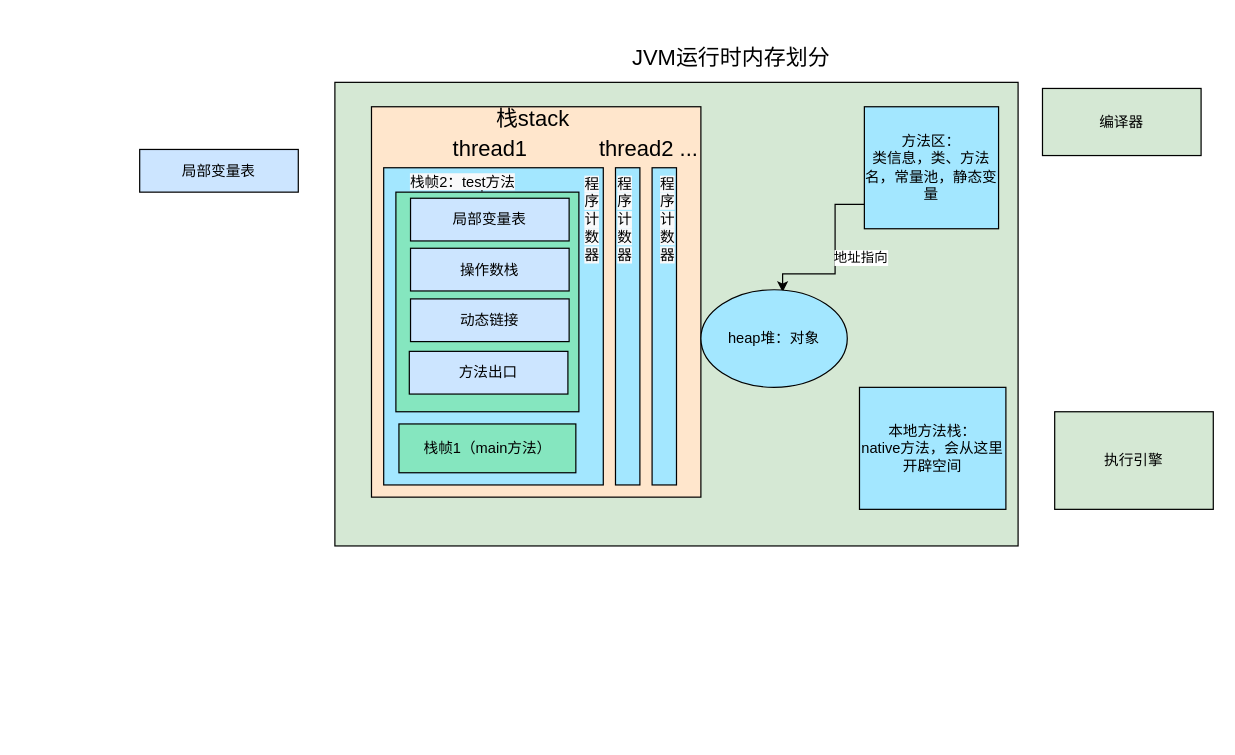
Above: JVM基础.drawio in pikefeier/diagrams (draw.io), before the change. Source tidied: cells renumbered, new cells numbered last; positions are measured from the earlier drawing's top-left corner, leaving out a move shared by most shapes. Both pictures are drawn from the tidied source at 122%, with x=0, y=0 at pixel (139, 33).
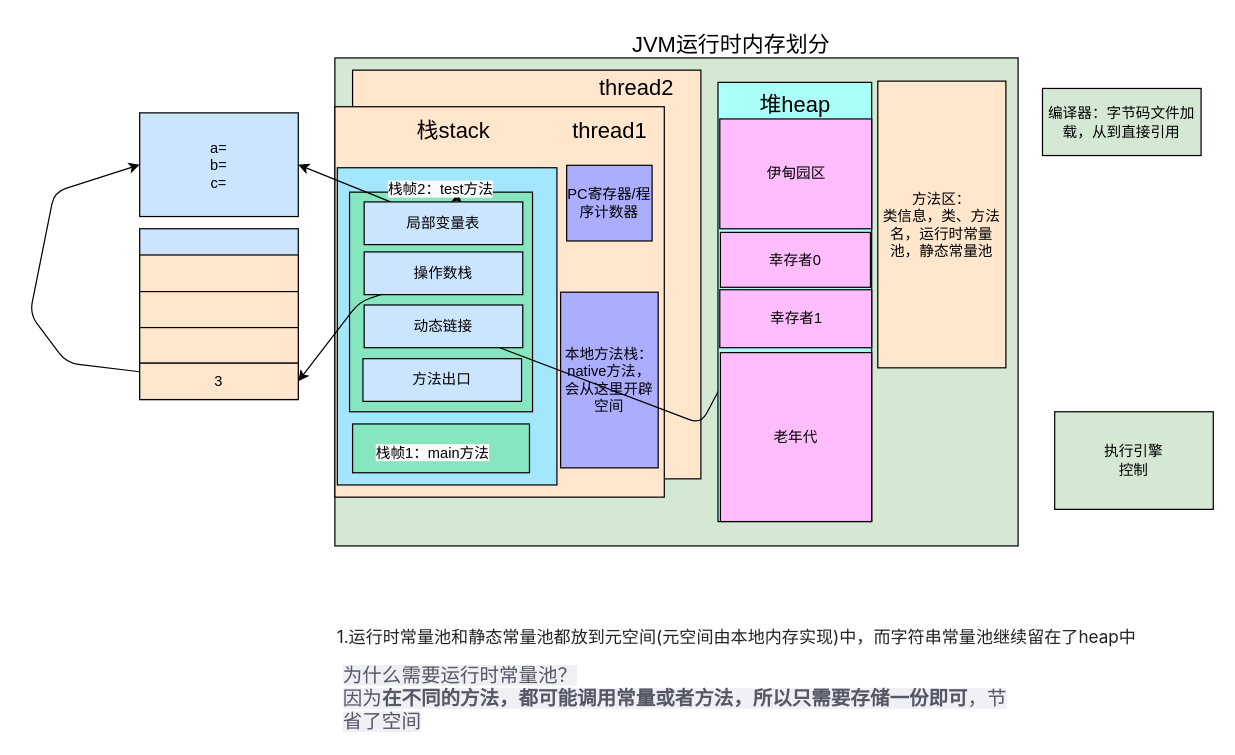
The same page after the edit.

Diff of the diagram source:
```diff
@@
     <mxCell id="2" style="rounded=0;whiteSpace=wrap;html=1;fillColor=#D5E8D4;" parent="1" vertex="1">
-      <mxGeometry x="160" y="40" width="560" height="380" as="geometry" />
+      <mxGeometry x="160" y="20" width="560" height="400" as="geometry" />
     </mxCell>
+    <mxCell id="31" style="rounded=0;whiteSpace=wrap;html=1;fillColor=#FFE6CC;" parent="1" vertex="1">
+      <mxGeometry x="174.5" y="30" width="285.5" height="335" as="geometry" />
+    </mxCell>
     <mxCell id="3" value="&lt;font style=&quot;font-size: 18px&quot;&gt;JVM运行时内存划分&lt;/font&gt;" style="text;html=1;strokeColor=none;fillColor=none;align=center;verticalAlign=middle;whiteSpace=wrap;rounded=0;" parent="1" vertex="1">
-      <mxGeometry x="310" width="350" height="40" as="geometry" />
+      <mxGeometry x="310" y="-10" width="350" height="40" as="geometry" />
     </mxCell>
     <mxCell id="4" style="rounded=0;whiteSpace=wrap;html=1;fillColor=#FFE6CC;" parent="1" vertex="1">
-      <mxGeometry x="190" y="60" width="270" height="320" as="geometry" />
+      <mxGeometry x="160" y="60" width="270" height="320" as="geometry" />
     </mxCell>
-    <mxCell id="5" value="编译器" style="rounded=0;whiteSpace=wrap;html=1;fillColor=#D5E8D4;" parent="1" vertex="1">
+    <mxCell id="5" value="编译器：字节码文件加载，从到直接引用" style="rounded=0;whiteSpace=wrap;html=1;fillColor=#D5E8D4;" parent="1" vertex="1">
       <mxGeometry x="740" y="45" width="130" height="55" as="geometry" />
     </mxCell>
-    <mxCell id="6" value="执行引擎" style="rounded=0;whiteSpace=wrap;html=1;fillColor=#D5E8D4;" parent="1" vertex="1">
+    <mxCell id="6" value="执行引擎&lt;br&gt;控制" style="rounded=0;whiteSpace=wrap;html=1;fillColor=#D5E8D4;" parent="1" vertex="1">
       <mxGeometry x="750" y="310" width="130" height="80" as="geometry" />
     </mxCell>
-    <mxCell id="7" style="edgeStyle=orthogonalEdgeStyle;rounded=0;jettySize=auto;html=1;entryX=0.558;entryY=0.025;entryDx=0;entryDy=0;entryPerimeter=0;" parent="1" edge="1" source="9" target="10">
-      <mxGeometry relative="1" as="geometry">
-        <Array as="points">
-          <mxPoint x="570" y="140" />
-          <mxPoint x="570" y="197" />
-        </Array>
-      </mxGeometry>
-    </mxCell>
-    <mxCell id="8" value="地址指向" style="edgeLabel;html=1;align=center;verticalAlign=middle;" parent="7" vertex="1">
-      <mxGeometry x="-0.09" y="1" relative="1" as="geometry">
-        <mxPoint x="19" y="4" as="offset" />
-      </mxGeometry>
-    </mxCell>
-    <mxCell id="9" value="方法区：&lt;br&gt;类信息，类、方法名，常量池，静态变量" style="rounded=0;whiteSpace=wrap;html=1;fillColor=#A3E7FF;" parent="1" vertex="1">
-      <mxGeometry x="594" y="60" width="110" height="100" as="geometry" />
+    <mxCell id="9" value="方法区：&lt;br&gt;类信息，类、方法名，运行时常量池，静态常量池" style="rounded=0;whiteSpace=wrap;html=1;fillColor=#FFE6CC;" parent="1" vertex="1">
+      <mxGeometry x="605" y="39" width="105" height="235" as="geometry" />
     </mxCell>
-    <mxCell id="10" value="heap堆：对象" style="ellipse;whiteSpace=wrap;html=1;fillColor=#A3E7FF;" parent="1" vertex="1">
-      <mxGeometry x="460" y="210" width="120" height="80" as="geometry" />
-    </mxCell>
-    <mxCell id="11" value="本地方法栈：&lt;br&gt;native方法，会从这里开辟空间" style="rounded=0;whiteSpace=wrap;html=1;fillColor=#A3E7FF;" parent="1" vertex="1">
-      <mxGeometry x="590" y="290" width="120" height="100" as="geometry" />
+    <mxCell id="11" value="本地方法栈：&lt;br&gt;native方法，会从这里开辟空间" style="rounded=0;whiteSpace=wrap;html=1;fillColor=#ABAEFF;" parent="1" vertex="1">
+      <mxGeometry x="345" y="212" width="80" height="144" as="geometry" />
     </mxCell>
     <mxCell id="12" style="rounded=0;whiteSpace=wrap;html=1;fillColor=#A3E7FF;" parent="1" vertex="1">
-      <mxGeometry x="200" y="110" width="180" height="260" as="geometry" />
+      <mxGeometry x="162" y="110" width="180" height="260" as="geometry" />
     </mxCell>
     <mxCell id="13" value="&lt;font style=&quot;font-size: 18px&quot;&gt;栈stack&lt;/font&gt;" style="text;html=1;strokeColor=none;fillColor=none;align=center;verticalAlign=middle;whiteSpace=wrap;rounded=0;" parent="1" vertex="1">
-      <mxGeometry x="185" y="50" width="275" height="40" as="geometry" />
+      <mxGeometry x="120" y="60" width="275" height="40" as="geometry" />
     </mxCell>
-    <mxCell id="14" value="栈帧1（main方法）" style="rounded=0;whiteSpace=wrap;html=1;fillColor=#85E6BF;" parent="1" vertex="1">
-      <mxGeometry x="212.5" y="320" width="145" height="40" as="geometry" />
+    <mxCell id="14" style="rounded=0;whiteSpace=wrap;html=1;fillColor=#85E6BF;" parent="1" vertex="1">
+      <mxGeometry x="174.5" y="320" width="145" height="40" as="geometry" />
     </mxCell>
     <mxCell id="15" style="rounded=0;whiteSpace=wrap;html=1;fillColor=#85E6BF;" parent="1" vertex="1">
-      <mxGeometry x="210" y="130" width="150" height="180" as="geometry" />
+      <mxGeometry x="172" y="130" width="150" height="180" as="geometry" />
     </mxCell>
@@
     <mxCell id="17" value="&lt;span style=&quot;color: rgb(0 , 0 , 0) ; font-family: &amp;#34;helvetica&amp;#34; ; font-size: 12px ; font-style: normal ; font-weight: 400 ; letter-spacing: normal ; text-align: center ; text-indent: 0px ; text-transform: none ; word-spacing: 0px ; background-color: rgb(248 , 249 , 250) ; display: inline ; float: none&quot;&gt;栈帧2：test方法&lt;/span&gt;" style="text;whiteSpace=wrap;html=1;" parent="1" vertex="1">
-      <mxGeometry x="220" y="108" width="120" height="20" as="geometry" />
+      <mxGeometry x="202" y="114" width="120" height="20" as="geometry" />
     </mxCell>
+    <mxCell id="32" style="edgeStyle=none;jettySize=auto;html=1;entryX=1;entryY=0.5;entryDx=0;entryDy=0;" parent="1" edge="1" source="18" target="30">
+      <mxGeometry relative="1" as="geometry" />
+    </mxCell>
     <mxCell id="18" value="局部变量表" style="rounded=0;whiteSpace=wrap;html=1;fillColor=#CCE5FF;" parent="1" vertex="1">
-      <mxGeometry x="222" y="135" width="130" height="35" as="geometry" />
+      <mxGeometry x="184" y="138" width="130" height="35" as="geometry" />
     </mxCell>
+    <mxCell id="33" style="edgeStyle=none;jettySize=auto;html=1;entryX=1;entryY=0.5;entryDx=0;entryDy=0;" parent="1" edge="1" source="19" target="38">
+      <mxGeometry relative="1" as="geometry">
+        <Array as="points">
+          <mxPoint x="180" y="220" />
+        </Array>
+      </mxGeometry>
+    </mxCell>
     <mxCell id="19" value="操作数栈" style="rounded=0;whiteSpace=wrap;html=1;fillColor=#CCE5FF;" parent="1" vertex="1">
-      <mxGeometry x="222" y="176" width="130" height="35" as="geometry" />
+      <mxGeometry x="184" y="179" width="130" height="35" as="geometry" />
     </mxCell>
+    <mxCell id="34" style="edgeStyle=none;jettySize=auto;html=1;entryX=-0.025;entryY=0.711;entryDx=0;entryDy=0;entryPerimeter=0;" parent="1" edge="1" source="20">
+      <mxGeometry relative="1" as="geometry">
+        <mxPoint x="482" y="278.8" as="targetPoint" />
+        <Array as="points">
+          <mxPoint x="460" y="320" />
+        </Array>
+      </mxGeometry>
+    </mxCell>
     <mxCell id="20" value="动态链接" style="rounded=0;whiteSpace=wrap;html=1;fillColor=#CCE5FF;" parent="1" vertex="1">
-      <mxGeometry x="222" y="217.5" width="130" height="35" as="geometry" />
+      <mxGeometry x="184" y="222.5" width="130" height="35" as="geometry" />
     </mxCell>
     <mxCell id="21" value="方法出口" style="rounded=0;whiteSpace=wrap;html=1;fillColor=#CCE5FF;" parent="1" vertex="1">
-      <mxGeometry x="221" y="260.5" width="130" height="35" as="geometry" />
+      <mxGeometry x="183" y="266.5" width="130" height="35" as="geometry" />
     </mxCell>
-    <mxCell id="22" value="&lt;span style=&quot;color: rgb(0 , 0 , 0) ; font-family: &amp;#34;helvetica&amp;#34; ; font-size: 12px ; font-style: normal ; font-weight: 400 ; letter-spacing: normal ; text-align: center ; text-indent: 0px ; text-transform: none ; word-spacing: 0px ; background-color: rgb(248 , 249 , 250) ; display: inline ; float: none&quot;&gt;程序计数器&lt;/span&gt;" style="text;whiteSpace=wrap;html=1;" parent="1" vertex="1">
-      <mxGeometry x="363" y="110" width="20" height="112" as="geometry" />
-    </mxCell>
-    <mxCell id="23" style="edgeStyle=none;orthogonalLoop=1;jettySize=auto;html=1;exitX=1;exitY=0.25;exitDx=0;exitDy=0;" parent="1" edge="1" source="22" target="22">
-      <mxGeometry relative="1" as="geometry" />
+    <mxCell id="23" style="edgeStyle=none;orthogonalLoop=1;jettySize=auto;html=1;exitX=1;exitY=0.25;exitDx=0;exitDy=0;" parent="1" edge="1">
+      <mxGeometry relative="1" as="geometry">
+        <mxPoint x="412.5" y="118.5" as="sourcePoint" />
+        <mxPoint x="412.5" y="118.5" as="targetPoint" />
+      </mxGeometry>
     </mxCell>
-    <mxCell id="24" style="rounded=0;whiteSpace=wrap;html=1;fillColor=#A3E7FF;" parent="1" vertex="1">
-      <mxGeometry x="390" y="110" width="20" height="260" as="geometry" />
-    </mxCell>
-    <mxCell id="25" style="rounded=0;whiteSpace=wrap;html=1;fillColor=#A3E7FF;" parent="1" vertex="1">
-      <mxGeometry x="420" y="110" width="20" height="260" as="geometry" />
-    </mxCell>
     <mxCell id="26" value="&lt;font style=&quot;font-size: 18px&quot;&gt;thread1&lt;/font&gt;" style="text;html=1;strokeColor=none;fillColor=none;align=center;verticalAlign=middle;whiteSpace=wrap;rounded=0;" parent="1" vertex="1">
-      <mxGeometry x="149.5" y="75" width="275" height="40" as="geometry" />
+      <mxGeometry x="247.5" y="60" width="275" height="40" as="geometry" />
     </mxCell>
-    <mxCell id="27" value="&lt;font style=&quot;font-size: 18px&quot;&gt;thread2 ...&lt;/font&gt;" style="text;html=1;strokeColor=none;fillColor=none;align=center;verticalAlign=middle;whiteSpace=wrap;rounded=0;" parent="1" vertex="1">
-      <mxGeometry x="280" y="75" width="275" height="40" as="geometry" />
-    </mxCell>
-    <mxCell id="28" value="&lt;span style=&quot;color: rgb(0 , 0 , 0) ; font-family: &amp;#34;helvetica&amp;#34; ; font-size: 12px ; font-style: normal ; font-weight: 400 ; letter-spacing: normal ; text-align: center ; text-indent: 0px ; text-transform: none ; word-spacing: 0px ; background-color: rgb(248 , 249 , 250) ; display: inline ; float: none&quot;&gt;程序计数器&lt;/span&gt;" style="text;whiteSpace=wrap;html=1;" parent="1" vertex="1">
-      <mxGeometry x="390" y="110" width="20" height="112" as="geometry" />
-    </mxCell>
-    <mxCell id="29" value="&lt;span style=&quot;color: rgb(0 , 0 , 0) ; font-family: &amp;#34;helvetica&amp;#34; ; font-size: 12px ; font-style: normal ; font-weight: 400 ; letter-spacing: normal ; text-align: center ; text-indent: 0px ; text-transform: none ; word-spacing: 0px ; background-color: rgb(248 , 249 , 250) ; display: inline ; float: none&quot;&gt;程序计数器&lt;/span&gt;" style="text;whiteSpace=wrap;html=1;" parent="1" vertex="1">
-      <mxGeometry x="424.5" y="110" width="20" height="112" as="geometry" />
-    </mxCell>
-    <mxCell id="30" value="局部变量表" style="rounded=0;whiteSpace=wrap;html=1;fillColor=#CCE5FF;" parent="1" vertex="1">
-      <mxGeometry y="95" width="130" height="35" as="geometry" />
+    <mxCell id="30" value="a=&lt;br&gt;b=&lt;br&gt;c=" style="rounded=0;whiteSpace=wrap;html=1;fillColor=#CCE5FF;" parent="1" vertex="1">
+      <mxGeometry y="65" width="130" height="85" as="geometry" />
     </mxCell>
+    <mxCell id="35" style="rounded=0;whiteSpace=wrap;html=1;fillColor=#CCE5FF;" parent="1" vertex="1">
+      <mxGeometry y="160" width="130" height="140" as="geometry" />
+    </mxCell>
+    <mxCell id="36" value="&lt;span style=&quot;color: rgb(34 , 34 , 38) ; font-family: &amp;#34;sf pro display&amp;#34; , &amp;#34;roboto&amp;#34; , &amp;#34;noto&amp;#34; , &amp;#34;arial&amp;#34; , &amp;#34;pingfang sc&amp;#34; , &amp;#34;hiragino sans gb&amp;#34; , &amp;#34;microsoft yahei&amp;#34; , sans-serif ; font-size: 14px ; font-style: normal ; font-weight: 400 ; letter-spacing: normal ; text-align: left ; text-indent: 0px ; text-transform: none ; word-spacing: 0px ; background-color: rgb(255 , 255 , 255) ; display: inline ; float: none&quot;&gt;1.运行时常量池和静态常量池都放到元空间(元空间由本地内存实现)中，而字符串常量池继续留在了heap中&lt;/span&gt;" style="text;whiteSpace=wrap;html=1;" parent="1" vertex="1">
+      <mxGeometry x="160" y="480" width="680" height="30" as="geometry" />
+    </mxCell>
+    <mxCell id="37" style="edgeStyle=none;jettySize=auto;html=1;entryX=0;entryY=0.5;entryDx=0;entryDy=0;" parent="1" edge="1" source="38" target="30">
+      <mxGeometry relative="1" as="geometry">
+        <Array as="points">
+          <mxPoint x="-60" y="270" />
+          <mxPoint x="-90" y="230" />
+          <mxPoint x="-70" y="130" />
+        </Array>
+      </mxGeometry>
+    </mxCell>
+    <mxCell id="38" value="3" style="rounded=0;whiteSpace=wrap;html=1;fillColor=#FFE6CC;" parent="1" vertex="1">
+      <mxGeometry y="270" width="130" height="30" as="geometry" />
+    </mxCell>
+    <mxCell id="39" style="rounded=0;whiteSpace=wrap;html=1;fillColor=#FFE6CC;" parent="1" vertex="1">
+      <mxGeometry y="240" width="130" height="30" as="geometry" />
+    </mxCell>
+    <mxCell id="40" style="rounded=0;whiteSpace=wrap;html=1;fillColor=#FFE6CC;" parent="1" vertex="1">
+      <mxGeometry y="211" width="130" height="30" as="geometry" />
+    </mxCell>
+    <mxCell id="41" style="rounded=0;whiteSpace=wrap;html=1;fillColor=#FFE6CC;" parent="1" vertex="1">
+      <mxGeometry y="181.5" width="130" height="30" as="geometry" />
+    </mxCell>
+    <mxCell id="42" value="PC寄存器/程序计数器" style="rounded=0;whiteSpace=wrap;html=1;fillColor=#ABAEFF;" parent="1" vertex="1">
+      <mxGeometry x="350" y="108" width="70" height="62" as="geometry" />
+    </mxCell>
+    <mxCell id="43" value="&lt;font style=&quot;font-size: 18px&quot;&gt;thread2&lt;/font&gt;" style="text;html=1;strokeColor=none;fillColor=none;align=center;verticalAlign=middle;whiteSpace=wrap;rounded=0;" parent="1" vertex="1">
+      <mxGeometry x="270" y="25" width="275" height="40" as="geometry" />
+    </mxCell>
+    <mxCell id="44" value="&lt;span style=&quot;color: rgb(85, 86, 102); font-size: 16px; font-style: normal; font-weight: 400; letter-spacing: normal; text-indent: 0px; text-transform: none; word-spacing: 0px; background-color: rgb(238, 240, 244); display: inline; float: none;&quot;&gt;为什么需要运行时常量池？&lt;/span&gt;&lt;br style=&quot;box-sizing: border-box; outline: 0px; overflow-wrap: break-word; color: rgb(85, 86, 102); font-size: 16px; font-style: normal; font-weight: 400; letter-spacing: normal; text-indent: 0px; text-transform: none; word-spacing: 0px; background-color: rgb(238, 240, 244);&quot;&gt;&lt;span style=&quot;color: rgb(85, 86, 102); font-size: 16px; font-style: normal; font-weight: 400; letter-spacing: normal; text-indent: 0px; text-transform: none; word-spacing: 0px; background-color: rgb(238, 240, 244); display: inline; float: none;&quot;&gt;因为&lt;/span&gt;&lt;strong style=&quot;box-sizing: border-box; outline: 0px; font-weight: 700; overflow-wrap: break-word; color: rgb(85, 86, 102); font-size: 16px; font-style: normal; letter-spacing: normal; text-indent: 0px; text-transform: none; word-spacing: 0px; background-color: rgb(238, 240, 244);&quot;&gt;在不同的方法，都可能调用常量或者方法，所以只需要存储一份即可&lt;/strong&gt;&lt;span style=&quot;color: rgb(85, 86, 102); font-size: 16px; font-style: normal; font-weight: 400; letter-spacing: normal; text-indent: 0px; text-transform: none; word-spacing: 0px; background-color: rgb(238, 240, 244); display: inline; float: none;&quot;&gt;，节省了空间&lt;/span&gt;" style="text;whiteSpace=wrap;html=1;" parent="1" vertex="1">
+      <mxGeometry x="165" y="510" width="550" height="60" as="geometry" />
+    </mxCell>
+    <mxCell id="45" value="&lt;span style=&quot;color: rgb(0 , 0 , 0) ; font-family: &amp;#34;helvetica&amp;#34; ; font-size: 12px ; font-style: normal ; font-weight: 400 ; letter-spacing: normal ; text-align: center ; text-indent: 0px ; text-transform: none ; word-spacing: 0px ; background-color: rgb(248 , 249 , 250) ; display: inline ; float: none&quot;&gt;栈帧1：main方法&lt;/span&gt;" style="text;whiteSpace=wrap;html=1;" parent="1" vertex="1">
+      <mxGeometry x="192" y="330" width="120" height="20" as="geometry" />
+    </mxCell>
+    <mxCell id="46" style="rounded=0;whiteSpace=wrap;html=1;fillColor=#ABFFF9;" parent="1" vertex="1">
+      <mxGeometry x="474" y="40" width="126" height="360" as="geometry" />
+    </mxCell>
+    <mxCell id="47" value="幸存者0" style="rounded=0;whiteSpace=wrap;html=1;fillColor=#FFBDFD;" parent="1" vertex="1">
+      <mxGeometry x="476" y="163" width="123" height="45" as="geometry" />
+    </mxCell>
+    <mxCell id="48" value="伊甸园区" style="rounded=0;whiteSpace=wrap;html=1;fillColor=#FFBDFD;" parent="1" vertex="1">
+      <mxGeometry x="475.5" y="70" width="124.5" height="90" as="geometry" />
+    </mxCell>
+    <mxCell id="49" value="幸存者1" style="rounded=0;whiteSpace=wrap;html=1;fillColor=#FFBDFD;" parent="1" vertex="1">
+      <mxGeometry x="475.5" y="210" width="124.5" height="47.5" as="geometry" />
+    </mxCell>
+    <mxCell id="50" value="老年代" style="rounded=0;whiteSpace=wrap;html=1;fillColor=#FFBDFD;" parent="1" vertex="1">
+      <mxGeometry x="476" y="261.5" width="124" height="138.5" as="geometry" />
+    </mxCell>
+    <mxCell id="51" value="&lt;font style=&quot;font-size: 18px&quot;&gt;堆heap&lt;/font&gt;" style="text;html=1;strokeColor=none;fillColor=none;align=center;verticalAlign=middle;whiteSpace=wrap;rounded=0;" parent="1" vertex="1">
+      <mxGeometry x="399.5" y="39" width="275" height="40" as="geometry" />
+    </mxCell>
```
